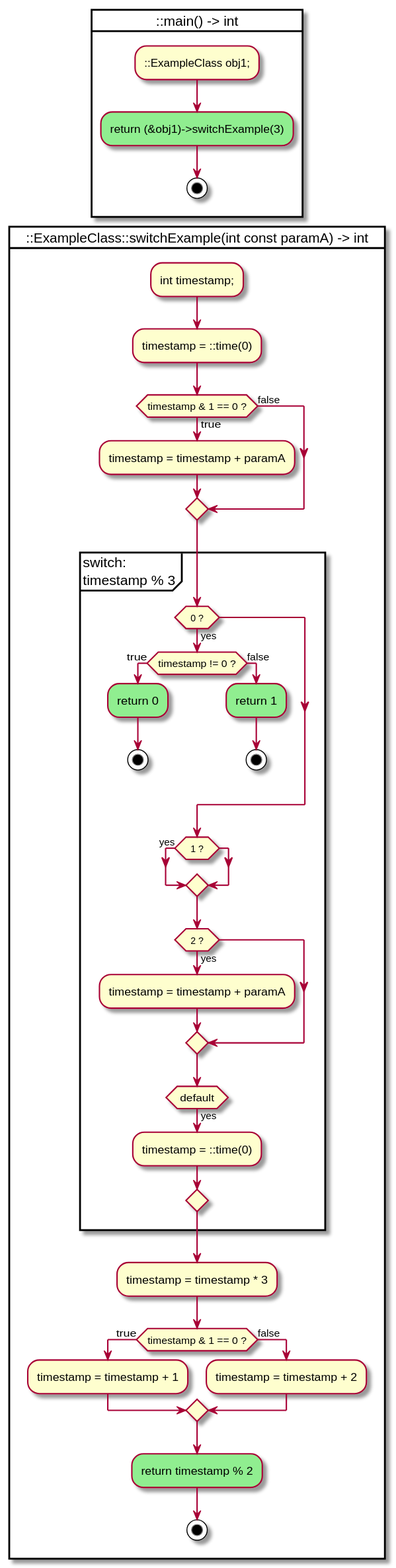
This is doc/samples/ctrl_sample.cpp.puml.svg from anetczuk/gcc-uml, a PlantUML export, as it was before one commit.
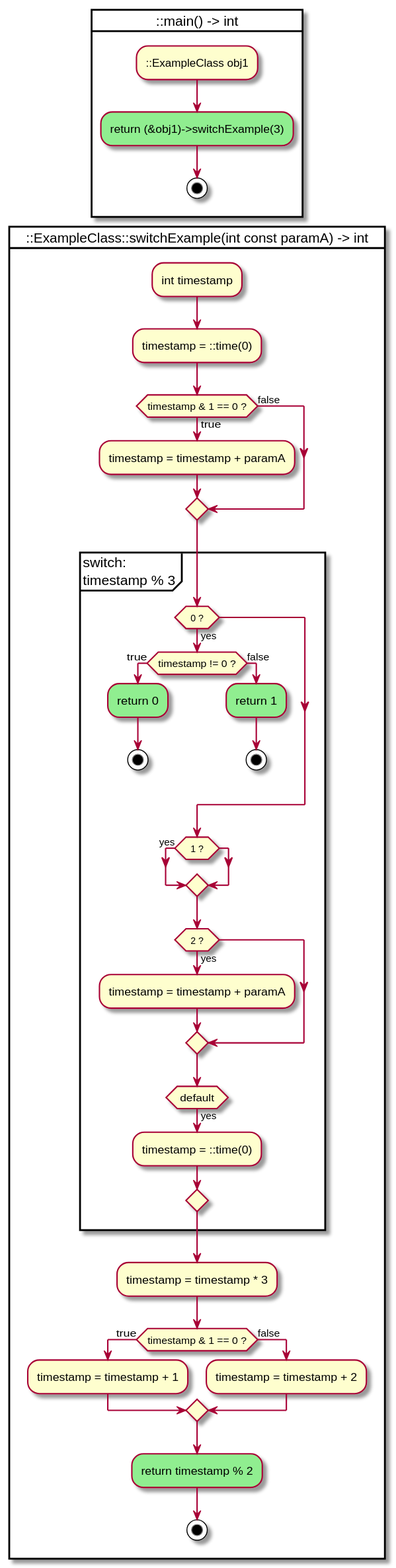
The same diagram one commit later.

Change to the diagram source:
```diff
@@ -1,14 +1,14 @@
 @startuml
 
 card "::main() -> int" {
-    :::ExampleClass obj1;;
+    :::ExampleClass obj1;
     #lightgreen:return (&obj1)->switchExample(3);
     stop
     -[hidden]->
 }
 
 card "::ExampleClass::switchExample(int const paramA) -> int" {
-    :int timestamp;;
+    :int timestamp;
     :timestamp = ::time(0);
     if (timestamp & 1 == 0 ?) then (true)
         :timestamp = timestamp + paramA;
```
